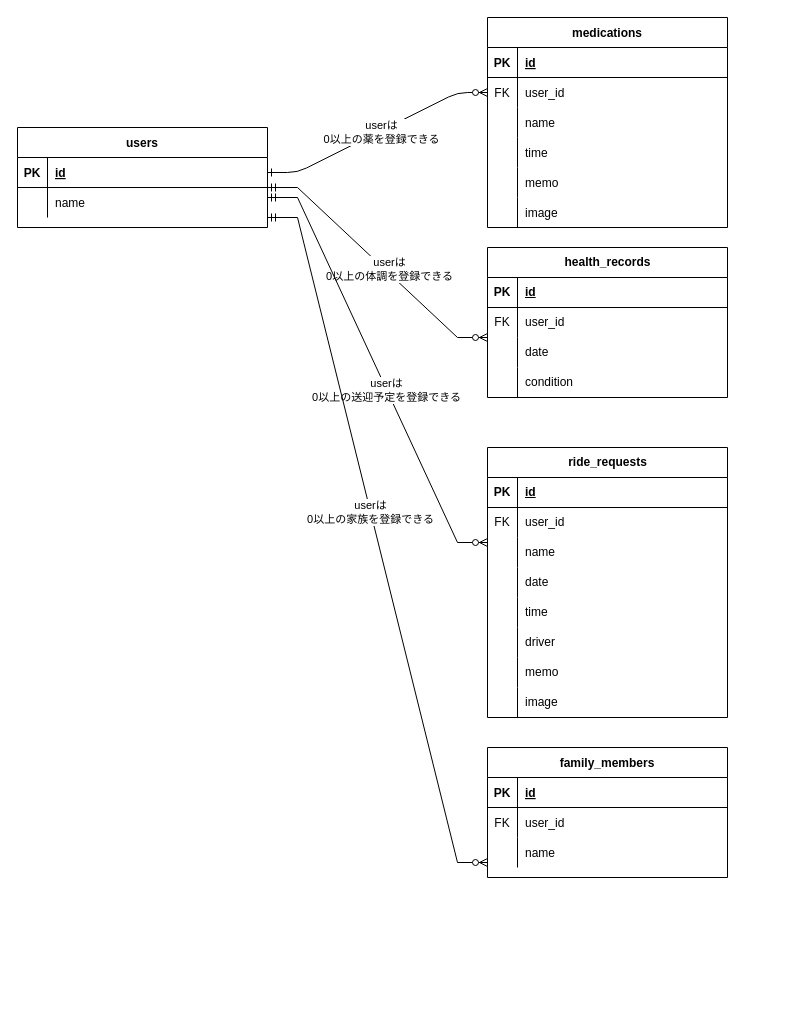
Earlier version of the draw.io diagram 名称未設定ファイル.drawio (Fumiha/coupleApp). Source tidied: cells renumbered, new cells numbered last; positions are measured from the earlier drawing's top-left corner, leaving out a move shared by most shapes. Both pictures are drawn from the tidied source at 100%, with x=0, y=0 at pixel (17, 17).
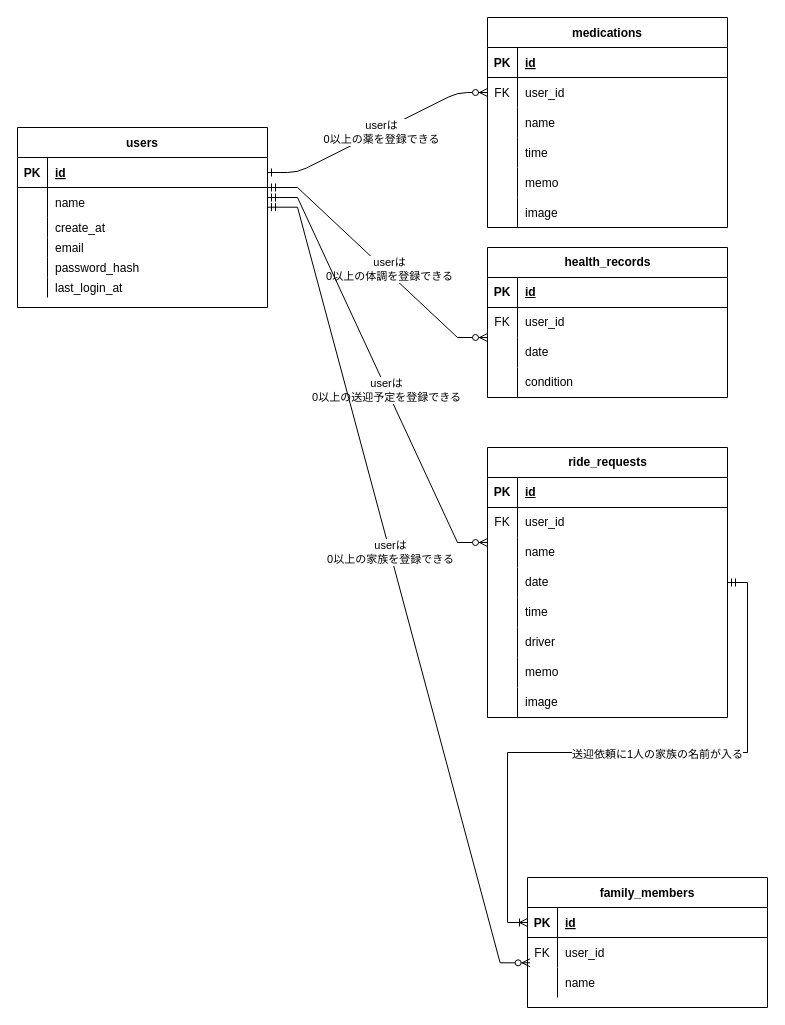
The same page after the edit.

Commit message:
名称未設定ファイル.drawio を更新します

The change refers to these unchanged cells:
```xml
<mxCell id="24" style="shape=partialRectangle;fillColor=none;points=[[0,0.5],[1,0.5]];portConstraint=eastwest;top=0;left=0;right=0;bottom=1;" parent="23" vertex="1">
  <mxGeometry y="30" width="240" height="30" as="geometry" />
</mxCell>
<mxCell id="30" style="shape=partialRectangle;fillColor=none;points=[[0,0.5],[1,0.5]];portConstraint=eastwest;top=0;left=0;right=0;bottom=0;" parent="23" vertex="1">
  <mxGeometry y="90" width="240" height="30" as="geometry" />
</mxCell>
<mxCell id="50" style="shape=tableRow;horizontal=0;startSize=0;swimlaneHead=0;swimlaneBody=0;fillColor=none;points=[[0,0.5],[1,0.5]];portConstraint=eastwest;top=0;left=0;right=0;bottom=0;" parent="40" vertex="1">
  <mxGeometry y="120" width="240" height="30" as="geometry" />
</mxCell>
```

The edit, as a diff of the source:
```diff
@@
     <mxCell id="23" value="family_members" style="shape=table;startSize=30;childLayout=tableLayout;rowLines=0;fontStyle=1;align=center;" parent="1" vertex="1">
-      <mxGeometry x="470" y="730" width="240" height="130" as="geometry" />
+      <mxGeometry x="510" y="860" width="240" height="130" as="geometry" />
     </mxCell>
@@
     <mxCell id="33" value="users" style="shape=table;startSize=30;childLayout=tableLayout;rowLines=0;fontStyle=1;align=center;" parent="1" vertex="1">
-      <mxGeometry y="110" width="250" height="100" as="geometry" />
+      <mxGeometry y="110" width="250" height="180" as="geometry" />
     </mxCell>
@@
+    <mxCell id="84" style="shape=partialRectangle;fillColor=none;top=0;left=0;right=0;bottom=0;" parent="33" vertex="1">
+      <mxGeometry y="90" width="250" height="20" as="geometry" />
+    </mxCell>
+    <mxCell id="85" style="shape=partialRectangle;overflow=hidden;fillColor=none;top=0;left=0;bottom=0;right=0;" parent="84" vertex="1">
+      <mxGeometry width="30" height="20" as="geometry" />
+    </mxCell>
+    <mxCell id="86" value="create_at" style="shape=partialRectangle;overflow=hidden;fillColor=none;top=0;left=0;bottom=0;right=0;align=left;spacingLeft=6;" parent="84" vertex="1">
+      <mxGeometry x="30" width="220" height="20" as="geometry" />
+    </mxCell>
+    <mxCell id="87" style="shape=partialRectangle;fillColor=none;top=0;left=0;right=0;bottom=0;" parent="33" vertex="1">
+      <mxGeometry y="110" width="250" height="20" as="geometry" />
+    </mxCell>
+    <mxCell id="88" style="shape=partialRectangle;overflow=hidden;fillColor=none;top=0;left=0;bottom=0;right=0;" parent="87" vertex="1">
+      <mxGeometry width="30" height="20" as="geometry" />
+    </mxCell>
+    <mxCell id="89" value="email" style="shape=partialRectangle;overflow=hidden;fillColor=none;top=0;left=0;bottom=0;right=0;align=left;spacingLeft=6;" parent="87" vertex="1">
+      <mxGeometry x="30" width="220" height="20" as="geometry" />
+    </mxCell>
+    <mxCell id="90" style="shape=partialRectangle;fillColor=none;top=0;left=0;right=0;bottom=0;" parent="33" vertex="1">
+      <mxGeometry y="130" width="250" height="20" as="geometry" />
+    </mxCell>
+    <mxCell id="91" style="shape=partialRectangle;overflow=hidden;fillColor=none;top=0;left=0;bottom=0;right=0;" parent="90" vertex="1">
+      <mxGeometry width="30" height="20" as="geometry" />
+    </mxCell>
+    <mxCell id="92" value="password_hash" style="shape=partialRectangle;overflow=hidden;fillColor=none;top=0;left=0;bottom=0;right=0;align=left;spacingLeft=6;" parent="90" vertex="1">
+      <mxGeometry x="30" width="220" height="20" as="geometry" />
+    </mxCell>
+    <mxCell id="93" style="shape=partialRectangle;fillColor=none;top=0;left=0;right=0;bottom=0;" parent="33" vertex="1">
+      <mxGeometry y="150" width="250" height="20" as="geometry" />
+    </mxCell>
+    <mxCell id="94" style="shape=partialRectangle;overflow=hidden;fillColor=none;top=0;left=0;bottom=0;right=0;" parent="93" vertex="1">
+      <mxGeometry width="30" height="20" as="geometry" />
+    </mxCell>
+    <mxCell id="95" value="last_login_at" style="shape=partialRectangle;overflow=hidden;fillColor=none;top=0;left=0;bottom=0;right=0;align=left;spacingLeft=6;" parent="93" vertex="1">
+      <mxGeometry x="30" width="220" height="20" as="geometry" />
+    </mxCell>
@@
-    <mxCell id="82" style="edgeStyle=entityRelationEdgeStyle;fontSize=12;html=1;endArrow=ERzeroToMany;startArrow=ERmandOne;rounded=0;entryX=0;entryY=0.5;entryDx=0;entryDy=0;exitX=1;exitY=0.5;exitDx=0;exitDy=0;" parent="1" edge="1">
+    <mxCell id="82" style="edgeStyle=entityRelationEdgeStyle;fontSize=12;html=1;endArrow=ERzeroToMany;startArrow=ERmandOne;rounded=0;entryX=0.011;entryY=-0.156;entryDx=0;entryDy=0;exitX=1.011;exitY=0.133;exitDx=0;exitDy=0;entryPerimeter=0;exitPerimeter=0;" parent="1" edge="1" target="30">
       <mxGeometry relative="1" as="geometry">
-        <mxPoint x="250" y="200" as="sourcePoint" />
-        <mxPoint x="470" y="845" as="targetPoint" />
+        <mxPoint x="250" y="189.7" as="sourcePoint" />
+        <Array as="points">
+          <mxPoint x="262.2" y="587" />
+          <mxPoint x="252.2" y="567" />
+        </Array>
       </mxGeometry>
     </mxCell>
@@
+    <mxCell id="96" style="edgeStyle=orthogonalEdgeStyle;rounded=0;jettySize=auto;html=1;endArrow=ERoneToMany;endFill=0;startArrow=ERmandOne;startFill=0;" parent="1" edge="1" source="50" target="24">
+      <mxGeometry relative="1" as="geometry" />
+    </mxCell>
+    <mxCell id="97" value="送迎依頼に1人の家族の名前が入る" style="edgeLabel;html=1;align=center;verticalAlign=middle;" parent="96" vertex="1">
+      <mxGeometry x="-0.09" y="1" relative="1" as="geometry">
+        <mxPoint x="1" as="offset" />
+      </mxGeometry>
+    </mxCell>
```
